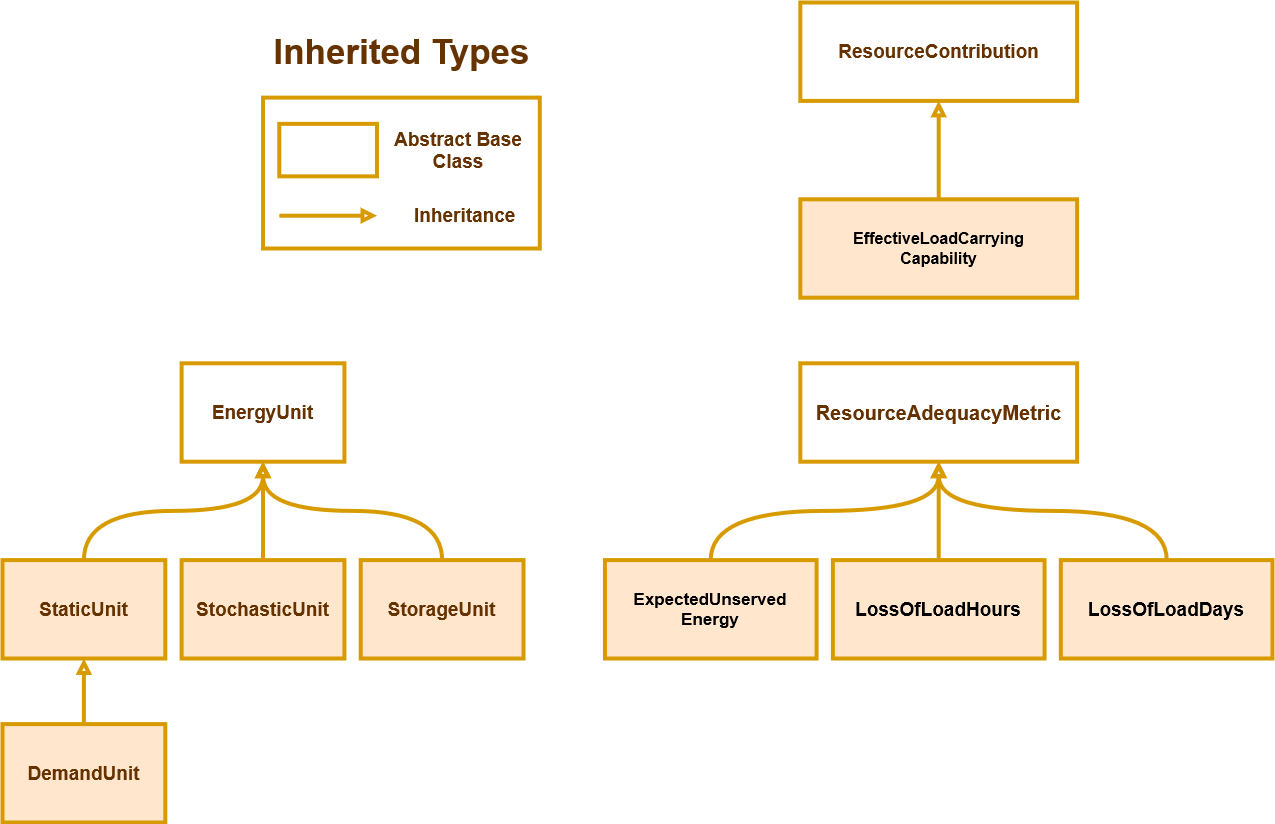
The draw.io diagram docs/_static/assetra-inherited-types.drawio.png in ijbd/assetra, before a commit. Source tidied: cells renumbered, new cells last; positions are measured from the earlier drawing's top-left corner, leaving out a move shared by most shapes. The source it was exported from:
```xml
<mxGraphModel>
  <root>
    <mxCell id="0" />
    <mxCell id="1" parent="0" />
    <mxCell id="2" style="rounded=0;whiteSpace=wrap;html=1;fontFamily=Helvetica;fontSize=16;fillColor=none;strokeColor=#d79b00;strokeWidth=4;fontColor=#663300;fontStyle=1;" parent="1" vertex="1">
      <mxGeometry x="260.5" y="95.1" width="276.8" height="150.9" as="geometry" />
    </mxCell>
    <mxCell id="3" value="EnergyUnit" style="rounded=0;whiteSpace=wrap;html=1;fillColor=none;strokeColor=#d79b00;strokeWidth=4;fontColor=#663300;fontStyle=1;fontSize=19;" parent="1" vertex="1">
      <mxGeometry x="179.1" y="360.8" width="162.8" height="98.4" as="geometry" />
    </mxCell>
    <mxCell id="4" style="edgeStyle=orthogonalEdgeStyle;shape=connector;curved=1;rounded=1;jettySize=auto;html=1;labelBackgroundColor=default;strokeColor=#d79b00;strokeWidth=4;fontFamily=Helvetica;fontSize=16;fontColor=#663300;endArrow=block;endFill=0;fillColor=#ffe6cc;exitX=0.5;exitY=0;exitDx=0;exitDy=0;entryX=0.5;entryY=1;entryDx=0;entryDy=0;fontStyle=1;" parent="1" edge="1" source="5" target="3">
      <mxGeometry relative="1" as="geometry" />
    </mxCell>
    <mxCell id="5" value="StorageUnit" style="rounded=0;whiteSpace=wrap;html=1;fillColor=#ffe6cc;strokeColor=#d79b00;strokeWidth=4;fontColor=#663300;fontStyle=1;fontSize=19;" parent="1" vertex="1">
      <mxGeometry x="358.2" y="557.6" width="162.8" height="98.4" as="geometry" />
    </mxCell>
    <mxCell id="6" style="edgeStyle=orthogonalEdgeStyle;shape=connector;curved=1;rounded=1;jettySize=auto;html=1;entryX=0.5;entryY=1;entryDx=0;entryDy=0;labelBackgroundColor=default;strokeColor=#d79b00;strokeWidth=4;fontFamily=Helvetica;fontSize=16;fontColor=#663300;endArrow=block;endFill=0;fillColor=#ffe6cc;fontStyle=1;" parent="1" edge="1" source="7" target="3">
      <mxGeometry relative="1" as="geometry" />
    </mxCell>
    <mxCell id="7" value="StochasticUnit" style="rounded=0;whiteSpace=wrap;html=1;fillColor=#ffe6cc;strokeColor=#d79b00;strokeWidth=4;fontColor=#663300;fontStyle=1;fontSize=19;" parent="1" vertex="1">
      <mxGeometry x="179.1" y="557.6" width="162.8" height="98.4" as="geometry" />
    </mxCell>
    <mxCell id="8" style="edgeStyle=orthogonalEdgeStyle;shape=connector;curved=1;rounded=1;jettySize=auto;html=1;entryX=0.5;entryY=1;entryDx=0;entryDy=0;labelBackgroundColor=default;strokeColor=#d79b00;strokeWidth=4;fontFamily=Helvetica;fontSize=16;fontColor=#663300;endArrow=block;endFill=0;fillColor=#ffe6cc;exitX=0.5;exitY=0;exitDx=0;exitDy=0;fontStyle=1;" parent="1" edge="1" source="9" target="3">
      <mxGeometry relative="1" as="geometry" />
    </mxCell>
    <mxCell id="9" value="StaticUnit" style="rounded=0;whiteSpace=wrap;html=1;fillColor=#ffe6cc;strokeColor=#d79b00;strokeWidth=4;fontColor=#663300;fontStyle=1;fontSize=19;" parent="1" vertex="1">
      <mxGeometry y="557.6" width="162.8" height="98.4" as="geometry" />
    </mxCell>
    <mxCell id="10" style="edgeStyle=orthogonalEdgeStyle;shape=connector;curved=1;rounded=1;jettySize=auto;html=1;labelBackgroundColor=default;strokeColor=#d79b00;strokeWidth=4;fontFamily=Helvetica;fontSize=16;fontColor=#663300;endArrow=block;endFill=0;fillColor=#ffe6cc;fontStyle=1;" parent="1" edge="1" source="11" target="9">
      <mxGeometry relative="1" as="geometry" />
    </mxCell>
    <mxCell id="11" value="DemandUnit" style="rounded=0;whiteSpace=wrap;html=1;fillColor=#ffe6cc;strokeColor=#d79b00;strokeWidth=4;fontColor=#663300;fontStyle=1;fontSize=19;" parent="1" vertex="1">
      <mxGeometry y="721.6" width="162.8" height="98.4" as="geometry" />
    </mxCell>
    <mxCell id="12" style="edgeStyle=orthogonalEdgeStyle;rounded=0;orthogonalLoop=1;jettySize=auto;html=1;entryX=0;entryY=0.5;entryDx=0;entryDy=0;fillColor=#ffe6cc;strokeColor=#d79b00;fontColor=#663300;strokeWidth=4;endArrow=block;endFill=0;fontStyle=1;fontSize=16;" parent="1" edge="1">
      <mxGeometry relative="1" as="geometry">
        <mxPoint x="276.8" y="213.2" as="sourcePoint" />
        <mxPoint x="374.5" y="213.2" as="targetPoint" />
      </mxGeometry>
    </mxCell>
    <mxCell id="13" value="Abstract Base Class" style="text;html=1;strokeColor=none;fillColor=none;align=center;verticalAlign=middle;whiteSpace=wrap;rounded=0;fontSize=19;fontFamily=Helvetica;fontStyle=1;fontColor=#663300;strokeWidth=4;" parent="1" vertex="1">
      <mxGeometry x="390.8" y="131.2" width="130.3" height="32.8" as="geometry" />
    </mxCell>
    <mxCell id="14" value="Inheritance" style="text;html=1;strokeColor=none;fillColor=none;align=left;verticalAlign=middle;whiteSpace=wrap;rounded=0;fontSize=19;fontFamily=Helvetica;fontStyle=1;fontColor=#663300;strokeWidth=4;" parent="1" vertex="1">
      <mxGeometry x="410.3" y="196.8" width="97.7" height="32.8" as="geometry" />
    </mxCell>
    <mxCell id="15" value="&lt;span style=&quot;font-size: 35px;&quot;&gt;Inherited Types&lt;br style=&quot;font-size: 35px;&quot;&gt;&lt;/span&gt;" style="text;html=1;strokeColor=none;fillColor=none;align=center;verticalAlign=middle;whiteSpace=wrap;rounded=0;fontSize=35;fontFamily=Helvetica;fontColor=#663300;fontStyle=1;strokeWidth=4;" parent="1" vertex="1">
      <mxGeometry x="260.5" y="24.6" width="276.9" height="49.2" as="geometry" />
    </mxCell>
    <mxCell id="16" style="rounded=0;whiteSpace=wrap;html=1;fontFamily=Helvetica;fontSize=16;fillColor=none;strokeColor=#d79b00;strokeWidth=4;fontColor=#663300;fontStyle=1;" parent="1" vertex="1">
      <mxGeometry x="276.8" y="121.4" width="97.7" height="52.5" as="geometry" />
    </mxCell>
    <mxCell id="17" value="ResourceAdequacyMetric" style="rounded=0;whiteSpace=wrap;html=1;fillColor=none;strokeColor=#d79b00;strokeWidth=4;fontColor=#663300;fontStyle=1;fontSize=20;" parent="1" vertex="1">
      <mxGeometry x="797.8" y="360.8" width="276.8" height="98.4" as="geometry" />
    </mxCell>
    <mxCell id="18" style="edgeStyle=orthogonalEdgeStyle;shape=connector;curved=1;rounded=1;jettySize=auto;html=1;entryX=0.5;entryY=1;entryDx=0;entryDy=0;labelBackgroundColor=default;strokeColor=#d79b00;strokeWidth=4;fontFamily=Helvetica;fontSize=16;fontColor=#006600;endArrow=block;endFill=0;fillColor=#ffe6cc;" parent="1" edge="1" source="19" target="17">
      <mxGeometry relative="1" as="geometry" />
    </mxCell>
    <mxCell id="19" value="&lt;div style=&quot;font-size: 17px;&quot;&gt;ExpectedUnserved&lt;/div&gt;&lt;div style=&quot;font-size: 17px;&quot;&gt;Energy&lt;/div&gt;" style="rounded=0;whiteSpace=wrap;html=1;fillColor=#ffe6cc;strokeColor=#d79b00;strokeWidth=4;fontStyle=1;fontSize=17;" parent="1" vertex="1">
      <mxGeometry x="602.4" y="557.6" width="211.7" height="98.4" as="geometry" />
    </mxCell>
    <mxCell id="20" style="edgeStyle=orthogonalEdgeStyle;shape=connector;curved=1;rounded=1;jettySize=auto;html=1;labelBackgroundColor=default;strokeColor=#d79b00;strokeWidth=4;fontFamily=Helvetica;fontSize=16;fontColor=#006600;endArrow=block;endFill=0;fillColor=#ffe6cc;" parent="1" edge="1" source="21">
      <mxGeometry relative="1" as="geometry">
        <mxPoint x="936.2" y="459.2" as="targetPoint" />
      </mxGeometry>
    </mxCell>
    <mxCell id="21" value="LossOfLoadHours" style="rounded=0;whiteSpace=wrap;html=1;fillColor=#ffe6cc;strokeColor=#d79b00;strokeWidth=4;fontStyle=1;fontSize=19;" parent="1" vertex="1">
      <mxGeometry x="830.4" y="557.6" width="211.7" height="98.4" as="geometry" />
    </mxCell>
    <mxCell id="22" style="edgeStyle=orthogonalEdgeStyle;shape=connector;curved=1;rounded=1;jettySize=auto;html=1;entryX=0.5;entryY=1;entryDx=0;entryDy=0;labelBackgroundColor=default;strokeColor=#d79b00;strokeWidth=4;fontFamily=Helvetica;fontSize=16;fontColor=#006600;endArrow=block;endFill=0;fillColor=#ffe6cc;" parent="1" edge="1" source="23" target="17">
      <mxGeometry relative="1" as="geometry" />
    </mxCell>
    <mxCell id="23" value="LossOfLoadDays" style="rounded=0;whiteSpace=wrap;html=1;fillColor=#ffe6cc;strokeColor=#d79b00;strokeWidth=4;fontStyle=1;fontSize=19;" parent="1" vertex="1">
      <mxGeometry x="1058.3" y="557.6" width="211.7" height="98.4" as="geometry" />
    </mxCell>
    <mxCell id="24" value="ResourceContribution" style="rounded=0;whiteSpace=wrap;html=1;fillColor=none;strokeColor=#D79B00;strokeWidth=4;fontColor=#663300;fontStyle=1;fontSize=19;" parent="1" vertex="1">
      <mxGeometry x="797.8" width="276.8" height="98.4" as="geometry" />
    </mxCell>
    <mxCell id="25" style="edgeStyle=orthogonalEdgeStyle;shape=connector;curved=1;rounded=1;jettySize=auto;html=1;labelBackgroundColor=default;strokeColor=#d79b00;strokeWidth=4;fontFamily=Helvetica;fontSize=16;fontColor=#006600;endArrow=block;endFill=0;fillColor=#ffe6cc;" parent="1" edge="1" source="26" target="24">
      <mxGeometry relative="1" as="geometry" />
    </mxCell>
    <mxCell id="26" value="&lt;div style=&quot;font-size: 16px;&quot;&gt;EffectiveLoadCarrying&lt;/div&gt;&lt;div style=&quot;font-size: 16px;&quot;&gt;Capability&lt;/div&gt;" style="rounded=0;whiteSpace=wrap;html=1;fillColor=#ffe6cc;strokeColor=#d79b00;strokeWidth=4;fontStyle=1;fontSize=16;" parent="1" vertex="1">
      <mxGeometry x="797.8" y="196.8" width="276.8" height="98.4" as="geometry" />
    </mxCell>
  </root>
</mxGraphModel>
```
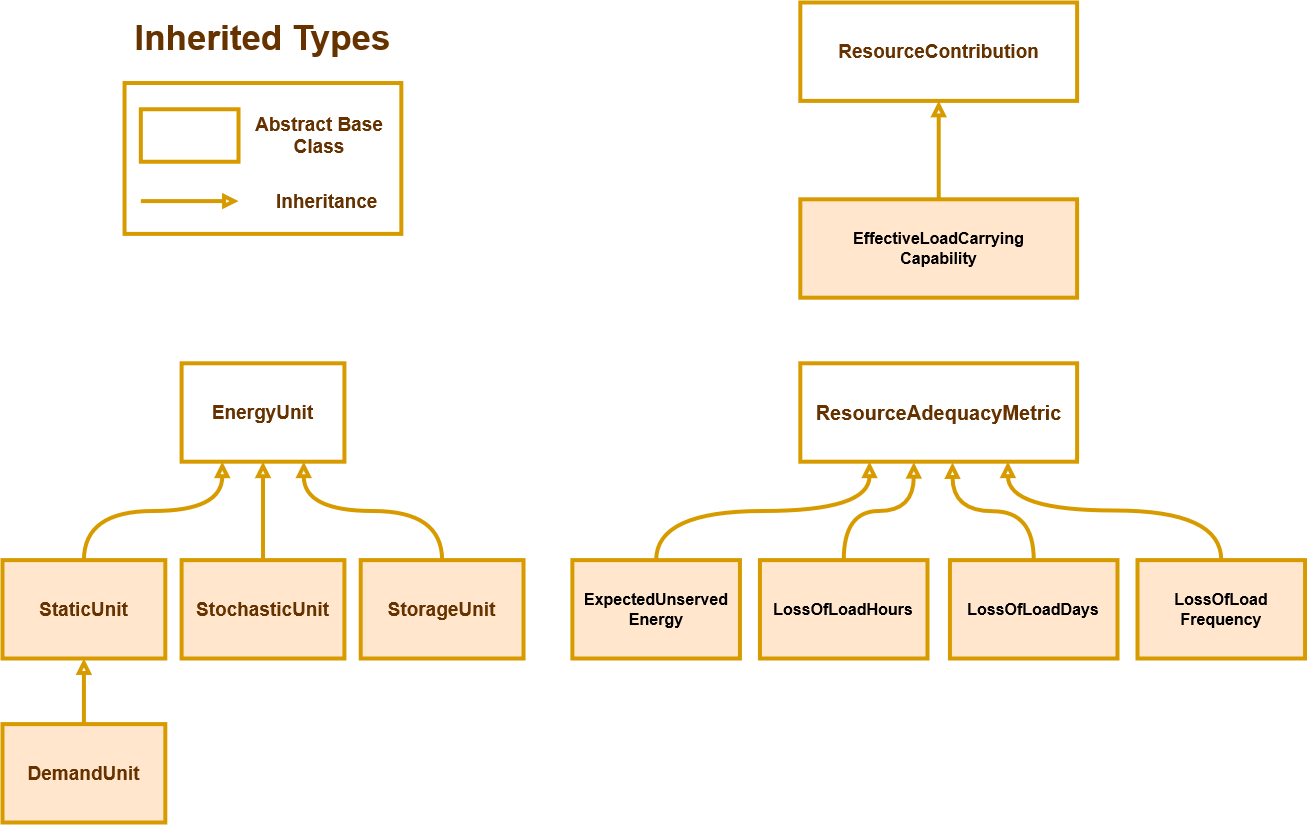
After the commit.

Diff of the diagram source:
```diff
@@ -3,12 +3,12 @@
     <mxCell id="0" />
     <mxCell id="1" parent="0" />
     <mxCell id="2" style="rounded=0;whiteSpace=wrap;html=1;fontFamily=Helvetica;fontSize=16;fillColor=none;strokeColor=#d79b00;strokeWidth=4;fontColor=#663300;fontStyle=1;" parent="1" vertex="1">
-      <mxGeometry x="260.5" y="95.1" width="276.8" height="150.9" as="geometry" />
+      <mxGeometry x="122.1" y="80.5" width="276.8" height="150.9" as="geometry" />
     </mxCell>
     <mxCell id="3" value="EnergyUnit" style="rounded=0;whiteSpace=wrap;html=1;fillColor=none;strokeColor=#d79b00;strokeWidth=4;fontColor=#663300;fontStyle=1;fontSize=19;" parent="1" vertex="1">
       <mxGeometry x="179.1" y="360.8" width="162.8" height="98.4" as="geometry" />
     </mxCell>
-    <mxCell id="4" style="edgeStyle=orthogonalEdgeStyle;shape=connector;curved=1;rounded=1;jettySize=auto;html=1;labelBackgroundColor=default;strokeColor=#d79b00;strokeWidth=4;fontFamily=Helvetica;fontSize=16;fontColor=#663300;endArrow=block;endFill=0;fillColor=#ffe6cc;exitX=0.5;exitY=0;exitDx=0;exitDy=0;entryX=0.5;entryY=1;entryDx=0;entryDy=0;fontStyle=1;" parent="1" edge="1" source="5" target="3">
+    <mxCell id="4" style="edgeStyle=orthogonalEdgeStyle;shape=connector;curved=1;rounded=1;jettySize=auto;html=1;labelBackgroundColor=default;strokeColor=#d79b00;strokeWidth=4;fontFamily=Helvetica;fontSize=16;fontColor=#663300;endArrow=block;endFill=0;fillColor=#ffe6cc;exitX=0.5;exitY=0;exitDx=0;exitDy=0;entryX=0.75;entryY=1;entryDx=0;entryDy=0;fontStyle=1;" parent="1" edge="1" source="5" target="3">
       <mxGeometry relative="1" as="geometry" />
     </mxCell>
     <mxCell id="5" value="StorageUnit" style="rounded=0;whiteSpace=wrap;html=1;fillColor=#ffe6cc;strokeColor=#d79b00;strokeWidth=4;fontColor=#663300;fontStyle=1;fontSize=19;" parent="1" vertex="1">
@@ -20,7 +20,7 @@
     <mxCell id="7" value="StochasticUnit" style="rounded=0;whiteSpace=wrap;html=1;fillColor=#ffe6cc;strokeColor=#d79b00;strokeWidth=4;fontColor=#663300;fontStyle=1;fontSize=19;" parent="1" vertex="1">
       <mxGeometry x="179.1" y="557.6" width="162.8" height="98.4" as="geometry" />
     </mxCell>
-    <mxCell id="8" style="edgeStyle=orthogonalEdgeStyle;shape=connector;curved=1;rounded=1;jettySize=auto;html=1;entryX=0.5;entryY=1;entryDx=0;entryDy=0;labelBackgroundColor=default;strokeColor=#d79b00;strokeWidth=4;fontFamily=Helvetica;fontSize=16;fontColor=#663300;endArrow=block;endFill=0;fillColor=#ffe6cc;exitX=0.5;exitY=0;exitDx=0;exitDy=0;fontStyle=1;" parent="1" edge="1" source="9" target="3">
+    <mxCell id="8" style="edgeStyle=orthogonalEdgeStyle;shape=connector;curved=1;rounded=1;jettySize=auto;html=1;entryX=0.25;entryY=1;entryDx=0;entryDy=0;labelBackgroundColor=default;strokeColor=#d79b00;strokeWidth=4;fontFamily=Helvetica;fontSize=16;fontColor=#663300;endArrow=block;endFill=0;fillColor=#ffe6cc;exitX=0.5;exitY=0;exitDx=0;exitDy=0;fontStyle=1;" parent="1" edge="1" source="9" target="3">
       <mxGeometry relative="1" as="geometry" />
     </mxCell>
     <mxCell id="9" value="StaticUnit" style="rounded=0;whiteSpace=wrap;html=1;fillColor=#ffe6cc;strokeColor=#d79b00;strokeWidth=4;fontColor=#663300;fontStyle=1;fontSize=19;" parent="1" vertex="1">
@@ -34,45 +34,31 @@
     </mxCell>
     <mxCell id="12" style="edgeStyle=orthogonalEdgeStyle;rounded=0;orthogonalLoop=1;jettySize=auto;html=1;entryX=0;entryY=0.5;entryDx=0;entryDy=0;fillColor=#ffe6cc;strokeColor=#d79b00;fontColor=#663300;strokeWidth=4;endArrow=block;endFill=0;fontStyle=1;fontSize=16;" parent="1" edge="1">
       <mxGeometry relative="1" as="geometry">
-        <mxPoint x="276.8" y="213.2" as="sourcePoint" />
-        <mxPoint x="374.5" y="213.2" as="targetPoint" />
+        <mxPoint x="138.3" y="198.6" as="sourcePoint" />
+        <mxPoint x="236" y="198.6" as="targetPoint" />
       </mxGeometry>
     </mxCell>
     <mxCell id="13" value="Abstract Base Class" style="text;html=1;strokeColor=none;fillColor=none;align=center;verticalAlign=middle;whiteSpace=wrap;rounded=0;fontSize=19;fontFamily=Helvetica;fontStyle=1;fontColor=#663300;strokeWidth=4;" parent="1" vertex="1">
-      <mxGeometry x="390.8" y="131.2" width="130.3" height="32.8" as="geometry" />
+      <mxGeometry x="252.3" y="116.6" width="130.3" height="32.8" as="geometry" />
     </mxCell>
     <mxCell id="14" value="Inheritance" style="text;html=1;strokeColor=none;fillColor=none;align=left;verticalAlign=middle;whiteSpace=wrap;rounded=0;fontSize=19;fontFamily=Helvetica;fontStyle=1;fontColor=#663300;strokeWidth=4;" parent="1" vertex="1">
-      <mxGeometry x="410.3" y="196.8" width="97.7" height="32.8" as="geometry" />
+      <mxGeometry x="271.8" y="182.2" width="97.7" height="32.8" as="geometry" />
     </mxCell>
     <mxCell id="15" value="&lt;span style=&quot;font-size: 35px;&quot;&gt;Inherited Types&lt;br style=&quot;font-size: 35px;&quot;&gt;&lt;/span&gt;" style="text;html=1;strokeColor=none;fillColor=none;align=center;verticalAlign=middle;whiteSpace=wrap;rounded=0;fontSize=35;fontFamily=Helvetica;fontColor=#663300;fontStyle=1;strokeWidth=4;" parent="1" vertex="1">
-      <mxGeometry x="260.5" y="24.6" width="276.9" height="49.2" as="geometry" />
+      <mxGeometry x="122" y="10" width="276.9" height="49.2" as="geometry" />
     </mxCell>
     <mxCell id="16" style="rounded=0;whiteSpace=wrap;html=1;fontFamily=Helvetica;fontSize=16;fillColor=none;strokeColor=#d79b00;strokeWidth=4;fontColor=#663300;fontStyle=1;" parent="1" vertex="1">
-      <mxGeometry x="276.8" y="121.4" width="97.7" height="52.5" as="geometry" />
+      <mxGeometry x="138.3" y="106.8" width="97.7" height="52.5" as="geometry" />
     </mxCell>
     <mxCell id="17" value="ResourceAdequacyMetric" style="rounded=0;whiteSpace=wrap;html=1;fillColor=none;strokeColor=#d79b00;strokeWidth=4;fontColor=#663300;fontStyle=1;fontSize=20;" parent="1" vertex="1">
       <mxGeometry x="797.8" y="360.8" width="276.8" height="98.4" as="geometry" />
     </mxCell>
-    <mxCell id="18" style="edgeStyle=orthogonalEdgeStyle;shape=connector;curved=1;rounded=1;jettySize=auto;html=1;entryX=0.5;entryY=1;entryDx=0;entryDy=0;labelBackgroundColor=default;strokeColor=#d79b00;strokeWidth=4;fontFamily=Helvetica;fontSize=16;fontColor=#006600;endArrow=block;endFill=0;fillColor=#ffe6cc;" parent="1" edge="1" source="19" target="17">
+    <mxCell id="18" style="edgeStyle=orthogonalEdgeStyle;shape=connector;curved=1;rounded=1;jettySize=auto;html=1;entryX=0.25;entryY=1;entryDx=0;entryDy=0;labelBackgroundColor=default;strokeColor=#d79b00;strokeWidth=4;fontFamily=Helvetica;fontSize=16;fontColor=#006600;endArrow=block;endFill=0;fillColor=#ffe6cc;exitX=0.5;exitY=0;exitDx=0;exitDy=0;" parent="1" edge="1" source="19" target="17">
       <mxGeometry relative="1" as="geometry" />
     </mxCell>
-    <mxCell id="19" value="&lt;div style=&quot;font-size: 17px;&quot;&gt;ExpectedUnserved&lt;/div&gt;&lt;div style=&quot;font-size: 17px;&quot;&gt;Energy&lt;/div&gt;" style="rounded=0;whiteSpace=wrap;html=1;fillColor=#ffe6cc;strokeColor=#d79b00;strokeWidth=4;fontStyle=1;fontSize=17;" parent="1" vertex="1">
-      <mxGeometry x="602.4" y="557.6" width="211.7" height="98.4" as="geometry" />
+    <mxCell id="19" value="&lt;div style=&quot;font-size: 16px;&quot;&gt;ExpectedUnserved&lt;/div&gt;&lt;div style=&quot;font-size: 16px;&quot;&gt;Energy&lt;/div&gt;" style="rounded=0;whiteSpace=wrap;html=1;fillColor=#ffe6cc;strokeColor=#d79b00;strokeWidth=4;fontStyle=1;fontSize=16;" parent="1" vertex="1">
+      <mxGeometry x="569.9" y="557.6" width="167.6" height="98.4" as="geometry" />
     </mxCell>
-    <mxCell id="20" style="edgeStyle=orthogonalEdgeStyle;shape=connector;curved=1;rounded=1;jettySize=auto;html=1;labelBackgroundColor=default;strokeColor=#d79b00;strokeWidth=4;fontFamily=Helvetica;fontSize=16;fontColor=#006600;endArrow=block;endFill=0;fillColor=#ffe6cc;" parent="1" edge="1" source="21">
-      <mxGeometry relative="1" as="geometry">
-        <mxPoint x="936.2" y="459.2" as="targetPoint" />
-      </mxGeometry>
-    </mxCell>
-    <mxCell id="21" value="LossOfLoadHours" style="rounded=0;whiteSpace=wrap;html=1;fillColor=#ffe6cc;strokeColor=#d79b00;strokeWidth=4;fontStyle=1;fontSize=19;" parent="1" vertex="1">
-      <mxGeometry x="830.4" y="557.6" width="211.7" height="98.4" as="geometry" />
-    </mxCell>
-    <mxCell id="22" style="edgeStyle=orthogonalEdgeStyle;shape=connector;curved=1;rounded=1;jettySize=auto;html=1;entryX=0.5;entryY=1;entryDx=0;entryDy=0;labelBackgroundColor=default;strokeColor=#d79b00;strokeWidth=4;fontFamily=Helvetica;fontSize=16;fontColor=#006600;endArrow=block;endFill=0;fillColor=#ffe6cc;" parent="1" edge="1" source="23" target="17">
-      <mxGeometry relative="1" as="geometry" />
-    </mxCell>
-    <mxCell id="23" value="LossOfLoadDays" style="rounded=0;whiteSpace=wrap;html=1;fillColor=#ffe6cc;strokeColor=#d79b00;strokeWidth=4;fontStyle=1;fontSize=19;" parent="1" vertex="1">
-      <mxGeometry x="1058.3" y="557.6" width="211.7" height="98.4" as="geometry" />
-    </mxCell>
     <mxCell id="24" value="ResourceContribution" style="rounded=0;whiteSpace=wrap;html=1;fillColor=none;strokeColor=#D79B00;strokeWidth=4;fontColor=#663300;fontStyle=1;fontSize=19;" parent="1" vertex="1">
       <mxGeometry x="797.8" width="276.8" height="98.4" as="geometry" />
     </mxCell>
@@ -82,5 +68,30 @@
     <mxCell id="26" value="&lt;div style=&quot;font-size: 16px;&quot;&gt;EffectiveLoadCarrying&lt;/div&gt;&lt;div style=&quot;font-size: 16px;&quot;&gt;Capability&lt;/div&gt;" style="rounded=0;whiteSpace=wrap;html=1;fillColor=#ffe6cc;strokeColor=#d79b00;strokeWidth=4;fontStyle=1;fontSize=16;" parent="1" vertex="1">
       <mxGeometry x="797.8" y="196.8" width="276.8" height="98.4" as="geometry" />
     </mxCell>
+    <mxCell id="27" style="edgeStyle=orthogonalEdgeStyle;shape=connector;curved=1;rounded=1;jettySize=auto;html=1;labelBackgroundColor=default;strokeColor=#d79b00;strokeWidth=4;fontFamily=Helvetica;fontSize=16;fontColor=#006600;endArrow=block;endFill=0;fillColor=#ffe6cc;entryX=0.41;entryY=1.005;entryDx=0;entryDy=0;entryPerimeter=0;" parent="1" edge="1" source="21" target="17">
+      <mxGeometry relative="1" as="geometry" />
+    </mxCell>
+    <mxCell id="21" value="LossOfLoadHours" style="rounded=0;whiteSpace=wrap;html=1;fillColor=#ffe6cc;strokeColor=#d79b00;strokeWidth=4;fontStyle=1;fontSize=16;" parent="1" vertex="1">
+      <mxGeometry x="757.4" y="557.6" width="167.6" height="98.4" as="geometry" />
+    </mxCell>
+    <mxCell id="28" style="edgeStyle=orthogonalEdgeStyle;shape=connector;curved=1;rounded=1;jettySize=auto;html=1;labelBackgroundColor=default;strokeColor=#d79b00;strokeWidth=4;fontFamily=Helvetica;fontSize=16;fontColor=#006600;endArrow=block;endFill=0;fillColor=#ffe6cc;" parent="1" edge="1" source="23">
+      <mxGeometry relative="1" as="geometry">
+        <mxPoint x="950" y="460" as="targetPoint" />
+      </mxGeometry>
+    </mxCell>
+    <mxCell id="23" value="LossOfLoadDays" style="rounded=0;whiteSpace=wrap;html=1;fillColor=#ffe6cc;strokeColor=#d79b00;strokeWidth=4;fontStyle=1;fontSize=16;" parent="1" vertex="1">
+      <mxGeometry x="947.4" y="557.6" width="167.6" height="98.4" as="geometry" />
+    </mxCell>
+    <mxCell id="29" style="edgeStyle=orthogonalEdgeStyle;shape=connector;curved=1;rounded=1;jettySize=auto;html=1;labelBackgroundColor=default;strokeColor=#d79b00;strokeWidth=4;fontFamily=Helvetica;fontSize=16;fontColor=#006600;endArrow=block;endFill=0;fillColor=#ffe6cc;exitX=0.5;exitY=0;exitDx=0;exitDy=0;entryX=0.75;entryY=1;entryDx=0;entryDy=0;" parent="1" edge="1" source="30" target="17">
+      <mxGeometry relative="1" as="geometry">
+        <Array as="points">
+          <mxPoint x="1219" y="508" />
+          <mxPoint x="1005" y="508" />
+        </Array>
+      </mxGeometry>
+    </mxCell>
+    <mxCell id="30" value="&lt;div&gt;LossOfLoad&lt;/div&gt;&lt;div&gt;Frequency&lt;/div&gt;" style="rounded=0;whiteSpace=wrap;html=1;fillColor=#ffe6cc;strokeColor=#d79b00;strokeWidth=4;fontStyle=1;fontSize=16;" parent="1" vertex="1">
+      <mxGeometry x="1135" y="557.6" width="167.6" height="98.4" as="geometry" />
+    </mxCell>
   </root>
 </mxGraphModel>
```
